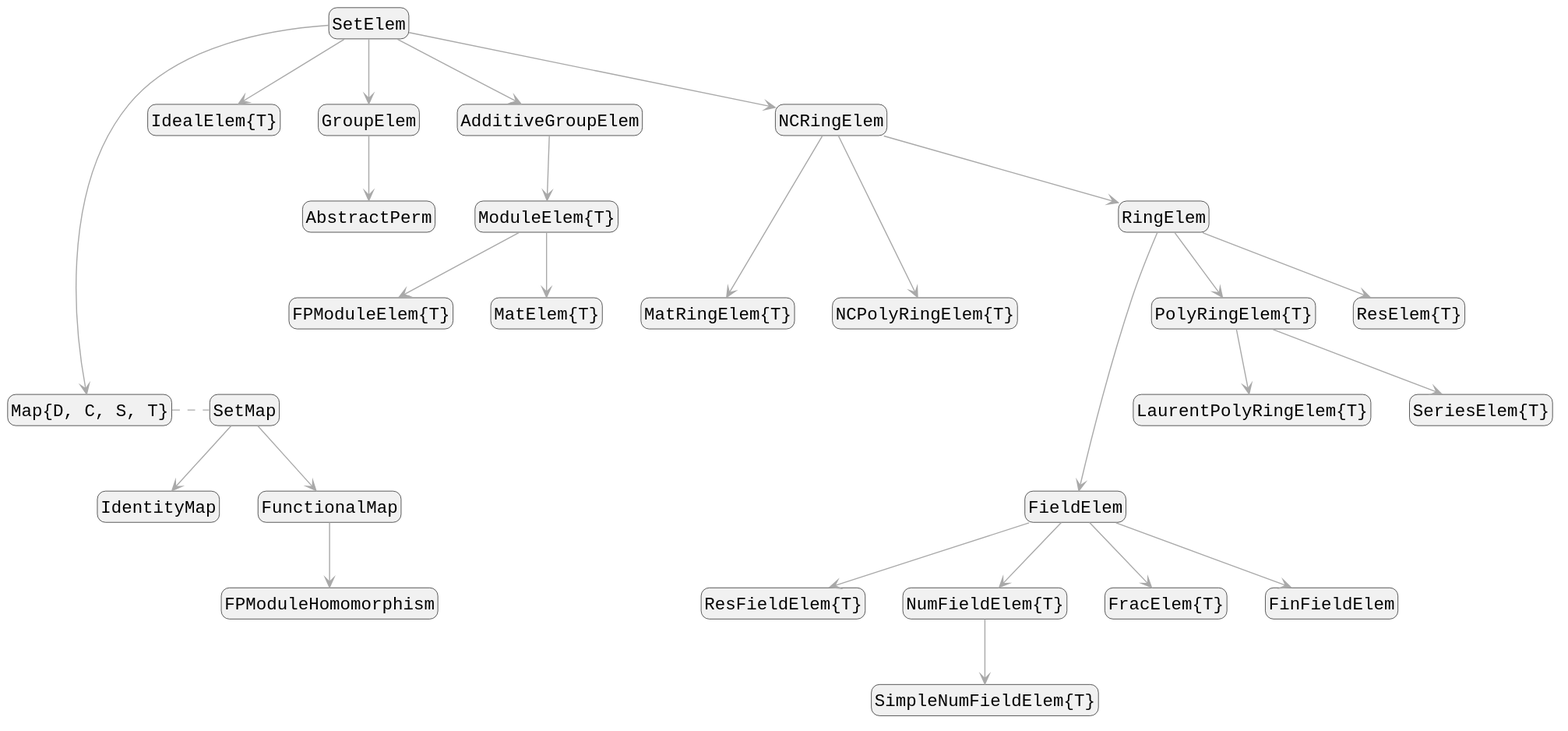
Nemocas/AbstractAlgebra.jl keeps this PlantUML diagram as docs/src/assets/elements_diagram.svg. Above is the earlier version.
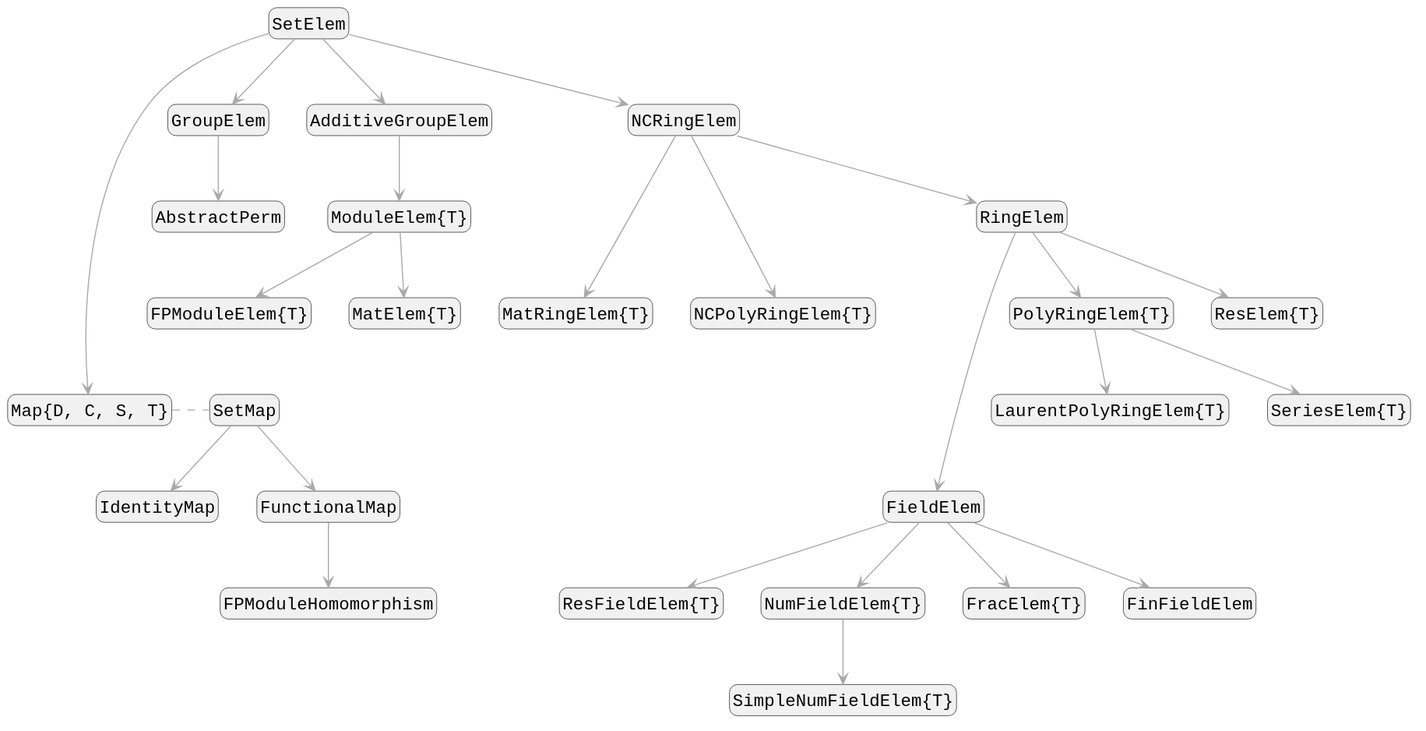
The same file after the commit.

Commit message:
Remove unused `IdealElem` type (#2524)

Diff of the diagram source:
```diff
@@ -4,9 +4,6 @@
 skinparam defaultFontSize 16
 skinparam objectArrowColor DarkGray
 skinparam RoundCorner 15
-
-
-"SetElem" -down-> "IdealElem{T}"
 
 "SetElem" -down----> "Map{D, C, S, T}"
 "Map{D, C, S, T}" .right. "SetMap"
```
